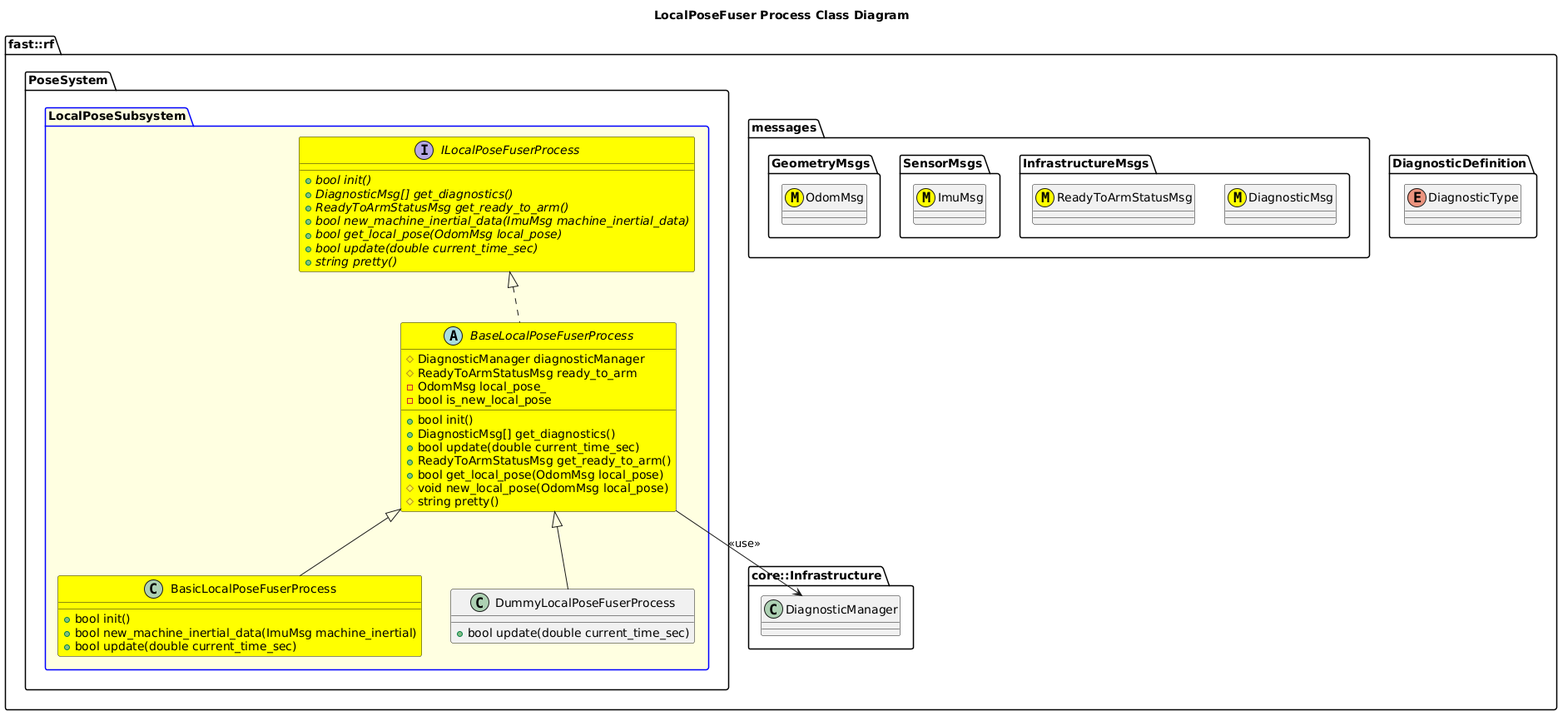
This is Systems/Pose/Subsystems/LocalPose/Processes/LocalPoseFuser/doc/puml/LocalPoseFuserProcessClassDiagram.png from fastrobotics/robot_framework, a PlantUML export, as it was before one commit.
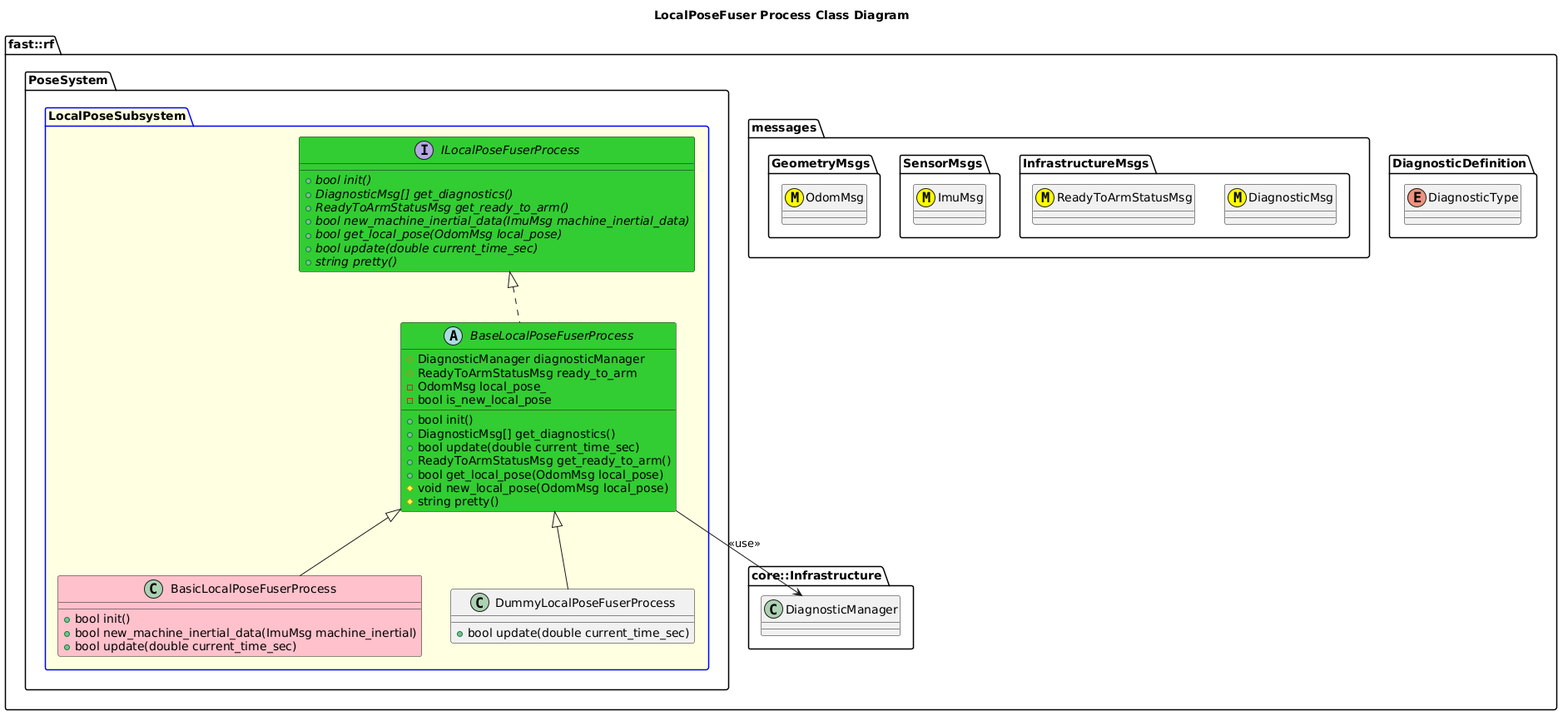
Above is the later version.

Commit message:
Working on Local Pose Fuser.

The edit, as a diff of the source:
```diff
@@ -22,7 +22,7 @@
   }
   namespace PoseSystem {
     package LocalPoseSubsystem #LightYellow;line:blue {
-        interface ILocalPoseFuserProcess #Yellow  {
+        interface ILocalPoseFuserProcess #LimeGreen  {
           +{abstract} bool init()
           +{abstract} DiagnosticMsg[] get_diagnostics()
           +{abstract} ReadyToArmStatusMsg get_ready_to_arm()
@@ -31,7 +31,7 @@
           +{abstract} bool update(double current_time_sec)
           +{abstract} string pretty()
         }
-        abstract BaseLocalPoseFuserProcess #Yellow {
+        abstract BaseLocalPoseFuserProcess #LimeGreen {
           +bool init()
           +DiagnosticMsg[] get_diagnostics()
           +bool update(double current_time_sec)
@@ -47,7 +47,7 @@
         }
         BaseLocalPoseFuserProcess .up.|> ILocalPoseFuserProcess
         BaseLocalPoseFuserProcess --> DiagnosticManager: <<use>>
-        class BasicLocalPoseFuserProcess #Yellow {
+        class BasicLocalPoseFuserProcess #Pink {
           +bool init()
           +bool new_machine_inertial_data(ImuMsg machine_inertial)
           +bool update(double current_time_sec)
```
